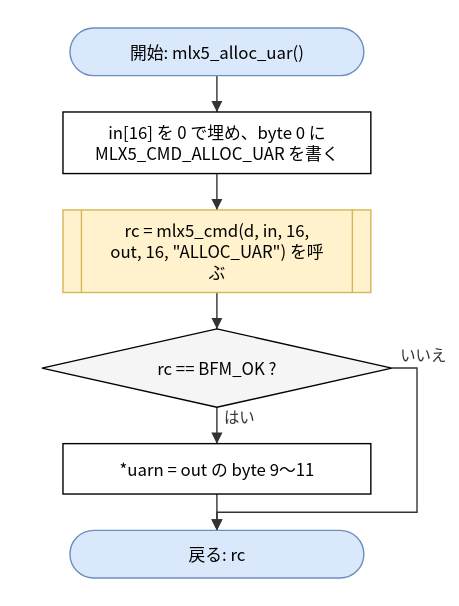
This is doc/spec/images/flow_src_mlx5_hca-mlx5_alloc_uar.drawio.svg from hf355051012-ai/bfmem, a draw.io export, as it was before one commit. Source tidied: cells renumbered, new cells last; positions are measured from the earlier drawing's top-left corner, leaving out a move shared by most shapes.
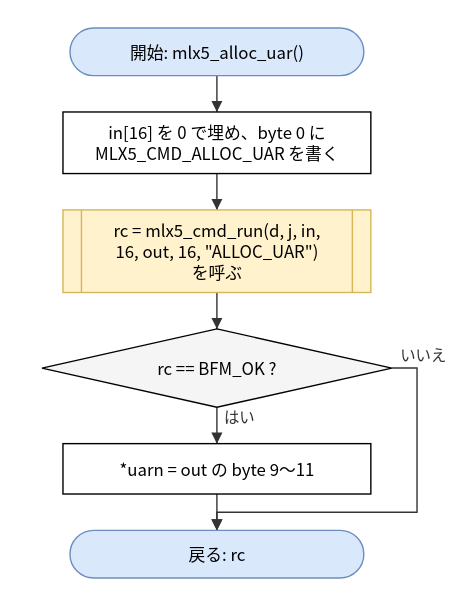
Later version of the same file.

Change to the diagram source:
```diff
@@ -8,7 +8,7 @@
     <mxCell id="3" value="in[16] を 0 で埋め、byte 0 に&lt;br&gt;MLX5_CMD_ALLOC_UAR を書く" style="rounded=0;whiteSpace=wrap;html=1;" parent="1" vertex="1">
       <mxGeometry x="15" y="60" width="220" height="44" as="geometry" />
     </mxCell>
-    <mxCell id="4" value="rc = mlx5_cmd(d, in, 16,&lt;br&gt;out, 16, &amp;quot;ALLOC_UAR&amp;quot;) を呼&lt;br&gt;ぶ" style="shape=process;whiteSpace=wrap;html=1;backgroundOutline=1;size=0.06;fillColor=#fff2cc;strokeColor=#d6b656;" parent="1" vertex="1">
+    <mxCell id="4" value="rc = mlx5_cmd_run(d, j, in,&lt;br&gt;16, out, 16, &amp;quot;ALLOC_UAR&amp;quot;)&lt;br&gt;を呼ぶ" style="shape=process;whiteSpace=wrap;html=1;backgroundOutline=1;size=0.06;fillColor=#fff2cc;strokeColor=#d6b656;" parent="1" vertex="1">
       <mxGeometry x="15" y="130" width="220" height="59" as="geometry" />
     </mxCell>
     <mxCell id="5" value="rc == BFM_OK ?" style="rhombus;whiteSpace=wrap;html=1;fillColor=#f5f5f5;" parent="1" vertex="1">
```
